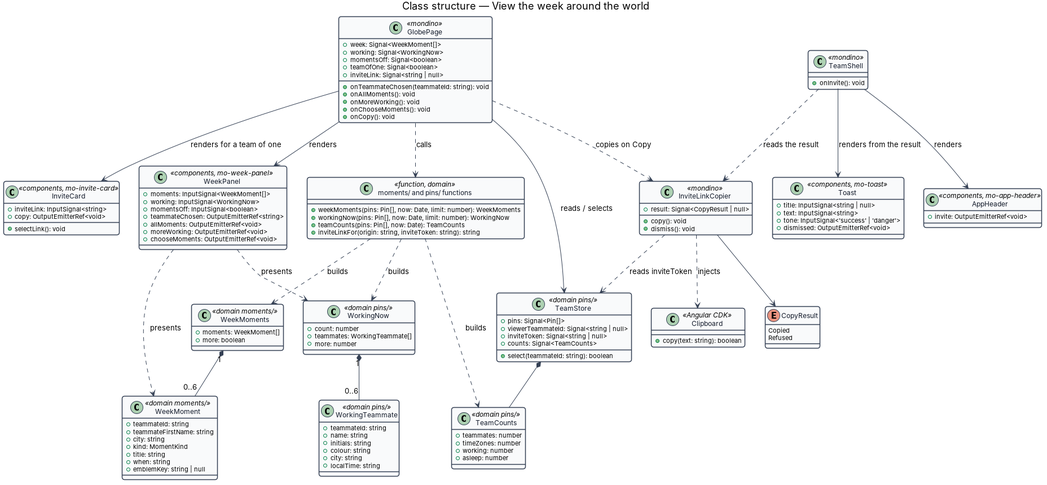
The PlantUML diagram docs/detailed-designs/team/view-week-around-the-world/diagrams/class-structure.png in QuinntyneBrown/Mondino, before a commit. Its source is kept beside it as docs/detailed-designs/team/view-week-around-the-world/diagrams/class-structure.puml.
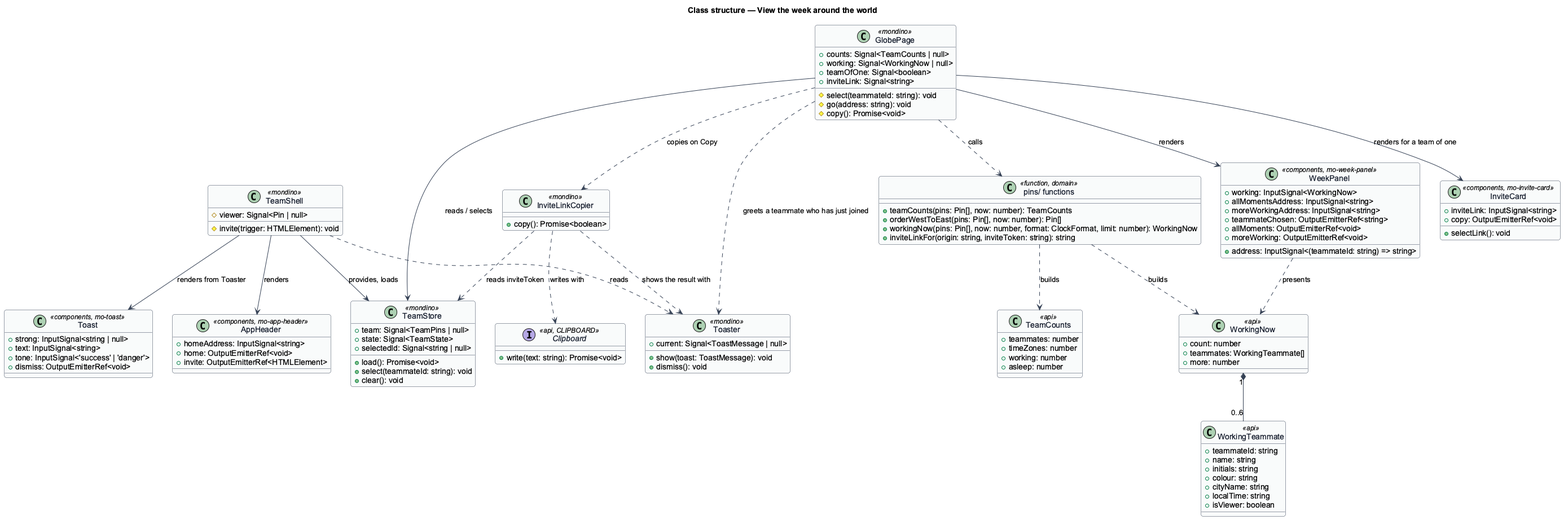
The same file after the commit.

The edit, as a diff of the source:
```diff
@@ -12,78 +12,62 @@
 title Class structure — View the week around the world
 
 class GlobePage <<mondino>> {
-  +week: Signal<WeekMoment[]>
-  +working: Signal<WorkingNow>
-  +momentsOff: Signal<boolean>
+  +counts: Signal<TeamCounts | null>
+  +working: Signal<WorkingNow | null>
   +teamOfOne: Signal<boolean>
-  +inviteLink: Signal<string | null>
-  +onTeammateChosen(teammateId: string): void
-  +onAllMoments(): void
-  +onMoreWorking(): void
-  +onChooseMoments(): void
-  +onCopy(): void
+  +inviteLink: Signal<string>
+  #select(teammateId: string): void
+  #go(address: string): void
+  #copy(): Promise<void>
 }
 
-class TeamStore <<domain pins/>> {
-  +pins: Signal<Pin[]>
-  +viewerTeammateId: Signal<string | null>
-  +inviteToken: Signal<string | null>
-  +counts: Signal<TeamCounts>
-  +select(teammateId: string): boolean
+class TeamStore <<mondino>> {
+  +team: Signal<TeamPins | null>
+  +state: Signal<TeamState>
+  +selectedId: Signal<string | null>
+  +load(): Promise<void>
+  +select(teammateId: string): void
+  +clear(): void
 }
 
-class TeamCounts <<domain pins/>> {
+class TeamCounts <<api>> {
   +teammates: number
   +timeZones: number
   +working: number
   +asleep: number
 }
 
-class "moments/ and pins/ functions" as fn <<function, domain>> {
-  +weekMoments(pins: Pin[], now: Date, limit: number): WeekMoments
-  +workingNow(pins: Pin[], now: Date, limit: number): WorkingNow
-  +teamCounts(pins: Pin[], now: Date): TeamCounts
+class "pins/ functions" as fn <<function, domain>> {
+  +teamCounts(pins: Pin[], now: number): TeamCounts
+  +orderWestToEast(pins: Pin[], now: number): Pin[]
+  +workingNow(pins: Pin[], now: number, format: ClockFormat, limit: number): WorkingNow
   +inviteLinkFor(origin: string, inviteToken: string): string
 }
 
-class WeekMoments <<domain moments/>> {
-  +moments: WeekMoment[]
-  +more: boolean
-}
-
-class WeekMoment <<domain moments/>> {
-  +teammateId: string
-  +teammateFirstName: string
-  +city: string
-  +kind: MomentKind
-  +title: string
-  +when: string
-  +emblemKey: string | null
-}
-
-class WorkingNow <<domain pins/>> {
+class WorkingNow <<api>> {
   +count: number
   +teammates: WorkingTeammate[]
   +more: number
 }
 
-class WorkingTeammate <<domain pins/>> {
+class WorkingTeammate <<api>> {
   +teammateId: string
   +name: string
   +initials: string
   +colour: string
-  +city: string
+  +cityName: string
   +localTime: string
+  +isViewer: boolean
 }
 
 class WeekPanel <<components, mo-week-panel>> {
-  +moments: InputSignal<WeekMoment[]>
   +working: InputSignal<WorkingNow>
-  +momentsOff: InputSignal<boolean>
+  +address: InputSignal<(teammateId: string) => string>
+  +allMomentsAddress: InputSignal<string>
+  +moreWorkingAddress: InputSignal<string>
   +teammateChosen: OutputEmitterRef<string>
   +allMoments: OutputEmitterRef<void>
   +moreWorking: OutputEmitterRef<void>
-  +chooseMoments: OutputEmitterRef<void>
 }
 
 class InviteCard <<components, mo-invite-card>> {
@@ -92,34 +76,36 @@
   +selectLink(): void
 }
 
-enum CopyResult {
-  Copied
-  Refused
-}
-
 class Toast <<components, mo-toast>> {
-  +title: InputSignal<string | null>
+  +strong: InputSignal<string | null>
   +text: InputSignal<string>
   +tone: InputSignal<'success' | 'danger'>
-  +dismissed: OutputEmitterRef<void>
+  +dismiss: OutputEmitterRef<void>
 }
 
 class AppHeader <<components, mo-app-header>> {
-  +invite: OutputEmitterRef<void>
+  +homeAddress: InputSignal<string>
+  +home: OutputEmitterRef<void>
+  +invite: OutputEmitterRef<HTMLElement>
 }
 
 class TeamShell <<mondino>> {
-  +onInvite(): void
+  #viewer: Signal<Pin | null>
+  #invite(trigger: HTMLElement): void
+}
+
+class Toaster <<mondino>> {
+  +current: Signal<ToastMessage | null>
+  +show(toast: ToastMessage): void
+  +dismiss(): void
 }
 
 class InviteLinkCopier <<mondino>> {
-  +result: Signal<CopyResult | null>
-  +copy(): void
-  +dismiss(): void
+  +copy(): Promise<boolean>
 }
 
-class Clipboard <<Angular CDK>> {
-  +copy(text: string): boolean
+interface Clipboard <<api, CLIPBOARD>> {
+  +write(text: string): Promise<void>
 }
 
 GlobePage --> TeamStore : reads / selects
@@ -127,18 +113,16 @@
 GlobePage --> WeekPanel : renders
 GlobePage --> InviteCard : renders for a team of one
 GlobePage ..> InviteLinkCopier : copies on Copy
+GlobePage ..> Toaster : greets a teammate who has just joined
+TeamShell --> TeamStore : provides, loads
 TeamShell --> AppHeader : renders
-TeamShell ..> InviteLinkCopier : reads the result
-TeamShell --> Toast : renders from the result
+TeamShell --> Toast : renders from Toaster
+TeamShell ..> Toaster : reads
 InviteLinkCopier ..> TeamStore : reads inviteToken
-InviteLinkCopier ..> Clipboard : injects
-InviteLinkCopier --> CopyResult
-TeamStore *-- TeamCounts
-fn ..> WeekMoments : builds
+InviteLinkCopier ..> Clipboard : writes with
+InviteLinkCopier ..> Toaster : shows the result with
+fn ..> TeamCounts : builds
 fn ..> WorkingNow : builds
 WorkingNow "1" *-- "0..6" WorkingTeammate
-fn ..> TeamCounts : builds
-WeekMoments "1" *-- "0..6" WeekMoment
-WeekPanel ..> WeekMoment : presents
 WeekPanel ..> WorkingNow : presents
 @enduml
```
